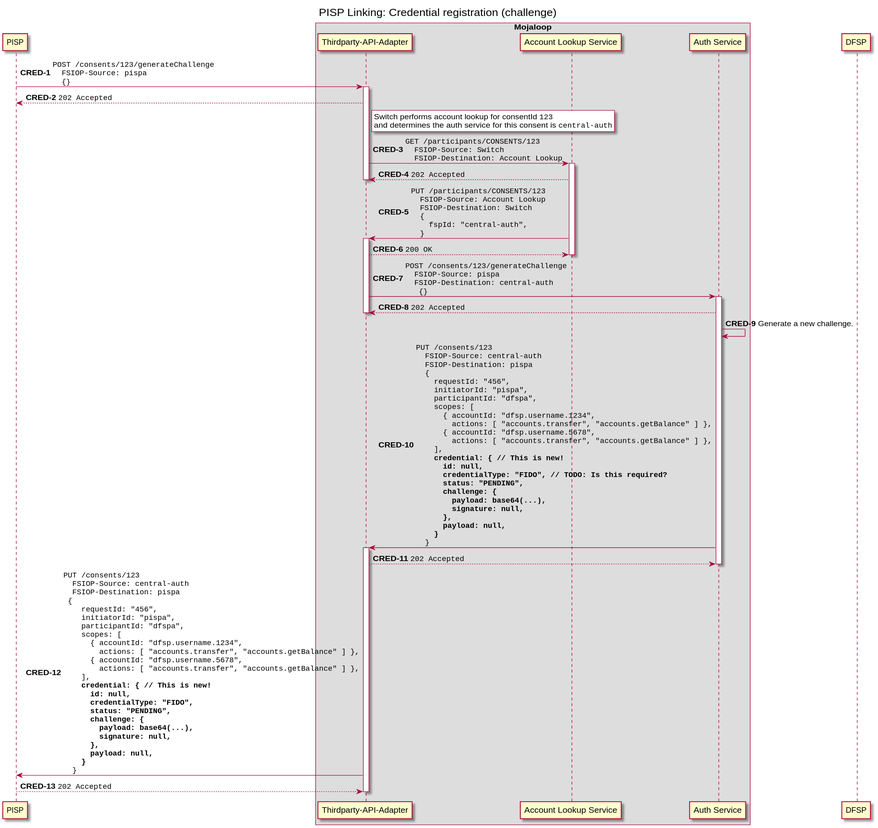
This is docs/out/linking/5a-credential-registration.svg from mojaloop/pisp-project, a PlantUML export, as it was before one commit. Its source is kept beside it as docs/linking/5a-credential-registration.puml.
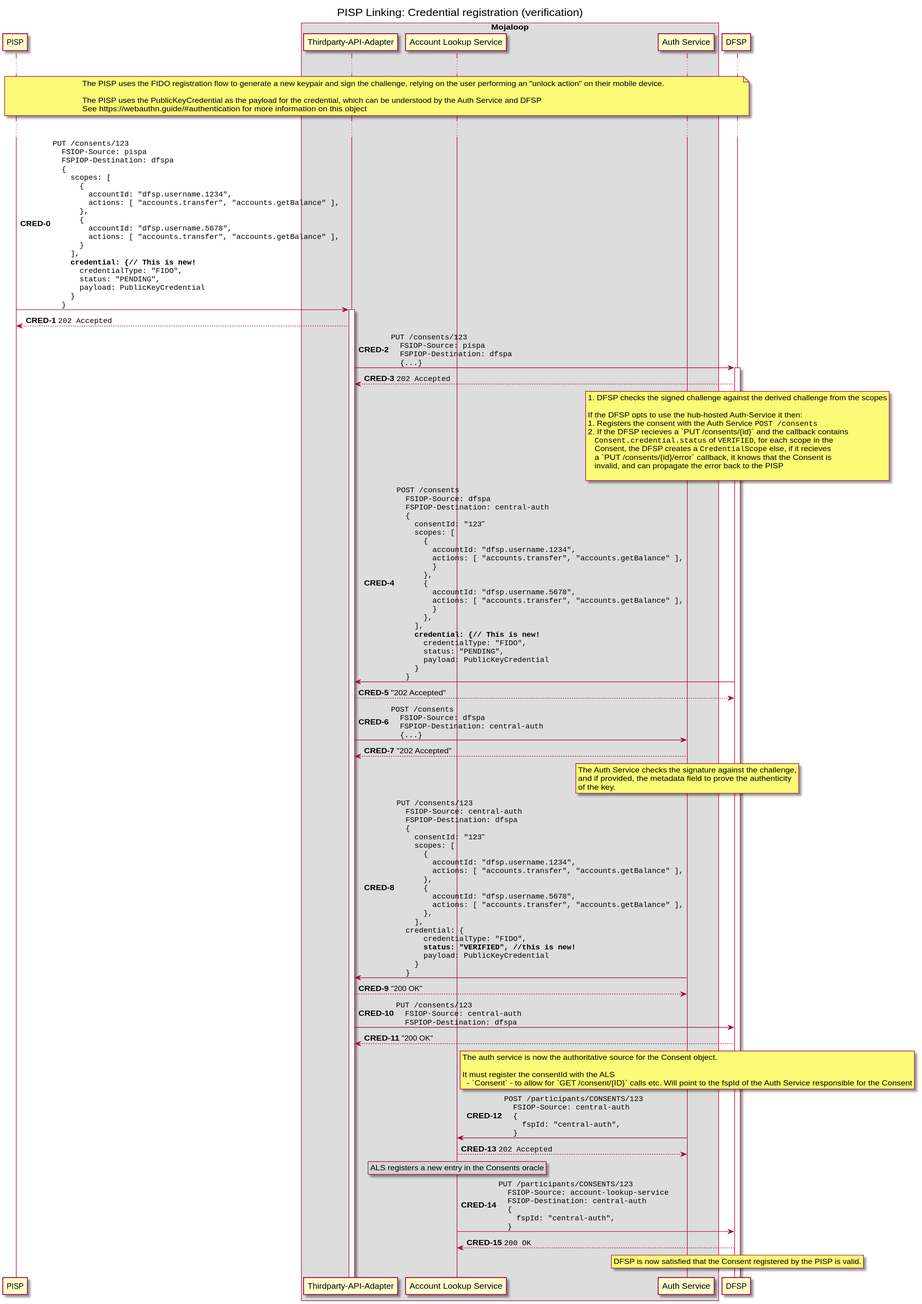
Above is the later version.

The edit, as a diff of the source:
```diff
@@ -2,7 +2,7 @@
 
 !pragma teoz true
 
-title PISP Linking: Credential registration (challenge)
+title PISP Linking: Credential registration (verification)
 
 participant "PISP" as PISP
 
@@ -14,94 +14,167 @@
 
 participant "DFSP" as DFSP
 
-autonumber 1 "<b>CRED-#</b>"
-PISP -> Switch ++: ""POST /consents/123/generateChallenge""\n\
+autonumber 0 "<b>CRED-#</b>"
+
+...
+
+note over PISP, DFSP
+    The PISP uses the FIDO registration flow to generate a new keypair and sign the challenge, relying on the user performing an "unlock action" on their mobile device.
+
+    The PISP uses the PublicKeyCredential as the payload for the credential, which can be understood  by the Auth Service and DFSP
+    See https://webauthn.guide/#authentication for more information on this object
+end note
+
+...
+
+PISP -> Switch ++: ""PUT /consents/123""\n\
 ""  FSIOP-Source: pispa""\n\
-""  {}""
+""  FSPIOP-Destination: dfspa""\n\
+""  {""\n\
+    ""  scopes: [""\n\
+    ""    {""\n\
+    ""      accountId: "dfsp.username.1234",""\n\
+    ""      actions: [ "accounts.transfer", "accounts.getBalance" ],""\n\
+    ""    },""\n\
+    ""    {""\n\
+    ""      accountId: "dfsp.username.5678",""\n\
+    ""      actions: [ "accounts.transfer", "accounts.getBalance" ],""\n\
+    ""    }""\n\
+    ""  ],""\n\
+    ""**  credential: {// This is new!**""\n\
+    ""    credentialType: "FIDO",""\n\
+    ""    status: "PENDING",""\n\
+    ""    payload: PublicKeyCredential ""\n\
+    ""  }""\n\
+""  }""
 Switch --> PISP: ""202 Accepted""
 deactivate PISP
 
-rnote right of Switch #Light
-    Switch performs account lookup for consentId ""123""
-    and determines the auth service for this consent is ""central-auth""
+
+Switch -> DFSP ++: ""PUT /consents/123""\n\
+""  FSIOP-Source: pispa""\n\
+""  FSPIOP-Destination: dfspa""\n\
+""  {...}""
+
+DFSP --> Switch: ""202 Accepted""
+
+
+rnote over DFSP
+  1. DFSP checks the signed challenge against the derived challenge from the scopes
+
+  If the DFSP opts to use the hub-hosted Auth-Service it then:
+  1. Registers the consent with the Auth Service ""POST /consents""
+  2. If the DFSP recieves a  `PUT /consents/{id}` and the callback contains
+     ""Consent.credential.status"" of ""VERIFIED"", for each scope in the
+     Consent, the DFSP creates a ""CredentialScope"" else, if it recieves
+     a `PUT /consents/{id}/error` callback, it knows that the Consent is
+     invalid, and can propagate the error back to the PISP
+
 end note
 
-Switch -> ALS ++: ""GET /participants/CONSENTS/123""\n\
-""  FSIOP-Source: Switch""\n\
-""  FSIOP-Destination: Account Lookup""
-ALS --> Switch: ""202 Accepted""
-deactivate Switch
 
-ALS -> Switch ++: ""PUT /participants/CONSENTS/123""\n\
-""  FSIOP-Source: Account Lookup""\n\
-""  FSIOP-Destination: Switch""\n\
+DFSP -> Switch: ""POST /consents"" \n\
+""  FSIOP-Source: dfspa""\n\
+""  FSPIOP-Destination: central-auth""\n\
 ""  {""\n\
-    ""  fspId: "central-auth",""\n\
-    ""}""
-Switch --> ALS: ""200 OK""
-deactivate ALS
+    ""  consentId: "123"""\n\
+    ""  scopes: [""\n\
+    ""    {""\n\
+    ""      accountId: "dfsp.username.1234",""\n\
+    ""      actions: [ "accounts.transfer", "accounts.getBalance" ],""\n\
+    ""      }""\n\
+    ""    },""\n\
+    ""    {""\n\
+    ""      accountId: "dfsp.username.5678",""\n\
+    ""      actions: [ "accounts.transfer", "accounts.getBalance" ],""\n\
+    ""      }""\n\
+    ""    },""\n\
+    ""  ],""\n\
+    ""**  credential: {// This is new!**""\n\
+    ""    credentialType: "FIDO",""\n\
+    ""    status: "PENDING",""\n\
+    ""    payload: PublicKeyCredential ""\n\
+    ""  }""\n\
+""  }""
+
+Switch --> DFSP: "202 Accepted"
 
 
-Switch -> Auth ++: ""POST /consents/123/generateChallenge""\n\
-""  FSIOP-Source: pispa""\n\
+Switch -> Auth: ""POST /consents"" \n\
+""  FSIOP-Source: dfspa""\n\
+""  FSPIOP-Destination: central-auth""\n\
+""  {...}""
+
+Auth --> Switch: "202 Accepted"
+
+
+rnote over Auth
+  The Auth Service checks the signature against the challenge,
+  and if provided, the metadata field to prove the authenticity
+  of the key.
+end note
+
+
+Auth -> Switch: ""PUT /consents/123"" \n\
+""  FSIOP-Source: central-auth""\n\
+""  FSPIOP-Destination: dfspa""\n\
+""  {""\n\
+    ""  consentId: "123"""\n\
+    ""  scopes: [""\n\
+    ""    {""\n\
+    ""      accountId: "dfsp.username.1234",""\n\
+    ""      actions: [ "accounts.transfer", "accounts.getBalance" ],""\n\
+    ""    },""\n\
+    ""    {""\n\
+    ""      accountId: "dfsp.username.5678",""\n\
+    ""      actions: [ "accounts.transfer", "accounts.getBalance" ],""\n\
+    ""    },""\n\
+    ""  ],""\n\
+    ""credential: {""\n\
+    ""    credentialType: "FIDO",""\n\
+    ""    **status: "VERIFIED", //this is new!**""\n\
+    ""    payload: PublicKeyCredential ""\n\
+    ""  }""\n\
+""  }""
+
+Switch --> Auth: "200 OK"
+
+Switch -> DFSP: ""PUT /consents/123"" \n\
+""  FSIOP-Source: central-auth""\n\
+""  FSPIOP-Destination: dfspa""
+
+DFSP --> Switch: "200 OK"
+
+rnote over Auth
+  The auth service is now the authoritative source for the Consent object.
+
+  It must register the consentId with the ALS
+    - `Consent` - to allow for `GET /consent/{ID}` calls etc. Will point to the fspId of the Auth Service responsible for the Consent
+end note
+
+Auth -> ALS: ""POST /participants/CONSENTS/123"" \n\
+""  FSIOP-Source: central-auth""\n\
+""  {""\n\
+""    fspId: "central-auth",""\n\
+""  }""
+ALS --> Auth: ""202 Accepted""
+
+rnote over ALS #LightGray
+  ALS registers a new entry in the Consents oracle
+end note
+
+ALS -> DFSP: ""PUT /participants/CONSENTS/123"" \n\
+""  FSIOP-Source: account-lookup-service""\n\
 ""  FSIOP-Destination: central-auth""\n\
-""   {}""
-Auth --> Switch: ""202 Accepted""
-deactivate Switch
+""  {""\n\
+""    fspId: "central-auth",""\n\
+""  }""
+DFSP --> ALS: ""200 OK""
 
-Auth -> Auth: Generate a new challenge.
-Auth -> Switch ++: ""PUT /consents/123""\n\
-""  FSIOP-Source: central-auth""\n\
-""  FSIOP-Destination: pispa""\n\
-""  {""\n\
-    ""  requestId: "456",""\n\
-    ""  initiatorId: "pispa",""\n\
-    ""  participantId: "dfspa",""\n\
-    ""  scopes: [ ""\n\
-    ""    { accountId: "dfsp.username.1234",""\n\
-    ""      actions: [ "accounts.transfer", "accounts.getBalance" ] },""\n\
-    ""    { accountId: "dfsp.username.5678",""\n\
-    ""      actions: [ "accounts.transfer", "accounts.getBalance" ] },""\n\
-    ""  ],""\n\
-    ""  **credential: { // This is new!**""\n\
-    ""    **id: null,**""\n\
-    ""    **credentialType: "FIDO", // TODO: Is this required?**""\n\
-    ""    **status: "PENDING",**""\n\
-    ""    **challenge: {**""\n\
-    ""      **payload: base64(...),**""\n\
-    ""      **signature: null,**""\n\
-    ""    **},**""\n\
-    ""    **payload: null,**""\n\
-    ""  **}**""\n\
-    ""}""
-Switch --> Auth: ""202 Accepted""
-deactivate Auth
 
-Switch -> PISP ++: ""PUT /consents/123""\n\
-""  FSIOP-Source: central-auth""\n\
-""  FSIOP-Destination: pispa""\n\
-"" {""\n\
-    ""  requestId: "456",""\n\
-    ""  initiatorId: "pispa",""\n\
-    ""  participantId: "dfspa",""\n\
-    ""  scopes: [ ""\n\
-    ""    { accountId: "dfsp.username.1234",""\n\
-    ""      actions: [ "accounts.transfer", "accounts.getBalance" ] },""\n\
-    ""    { accountId: "dfsp.username.5678",""\n\
-    ""      actions: [ "accounts.transfer", "accounts.getBalance" ] },""\n\
-    ""  ],""\n\
-    ""  **credential: { // This is new!**""\n\
-    ""    **id: null,**""\n\
-    ""    **credentialType: "FIDO",**""\n\
-    ""    **status: "PENDING",**""\n\
-    ""    **challenge: {**""\n\
-    ""      **payload: base64(...),**""\n\
-    ""      **signature: null,**""\n\
-    ""    **},**""\n\
-    ""    **payload: null,**""\n\
-    ""  **}**""\n\
-    ""}""
-PISP --> Switch: ""202 Accepted""
-deactivate Switch
+
+rnote over DFSP
+  DFSP is now satisfied that the Consent registered by the PISP is valid.
+end note
 
 @enduml
```
